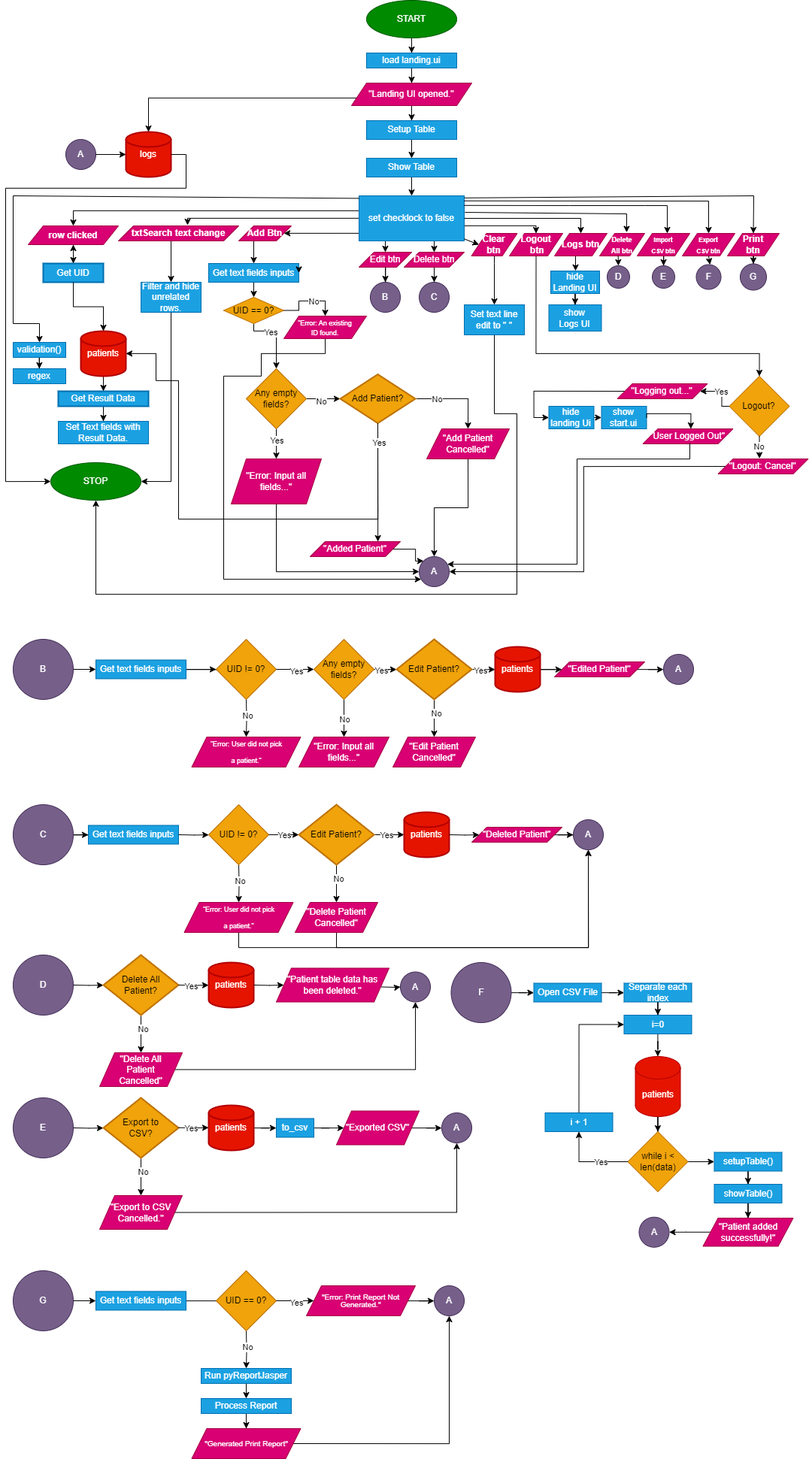
JiheoneyBaek/clinical_health_record_app_project keeps this draw.io diagram as flowchart/dashboard.png. Above is the earlier version. Source tidied: cells renumbered, new cells last; positions are measured from the earlier drawing's top-left corner, leaving out a move shared by most shapes.
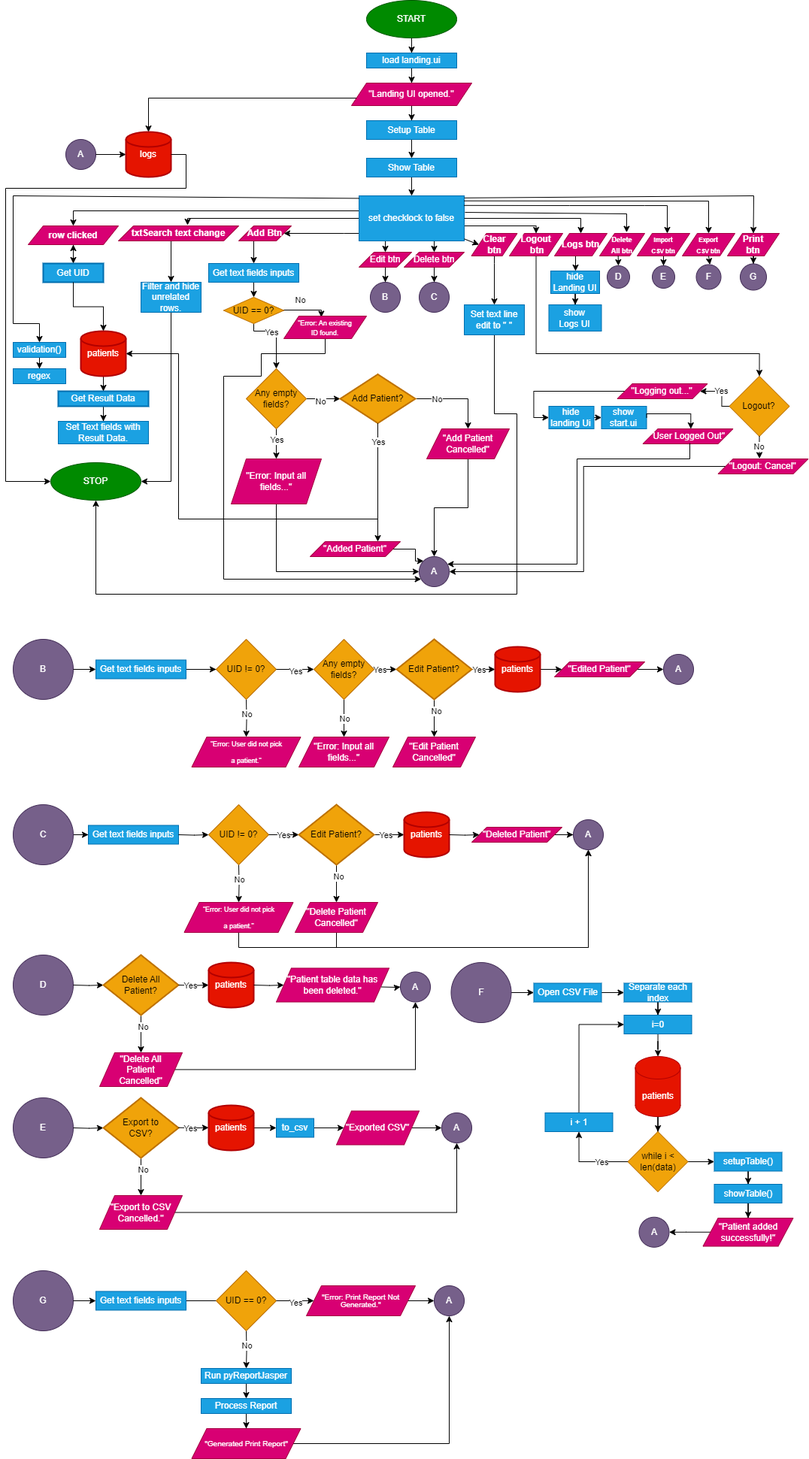
After the commit.

What changed in the source:
```diff
@@ -332,9 +332,6 @@
     <mxCell id="83" value="Get text fields inputs" style="rounded=0;whiteSpace=wrap;html=1;fillColor=#1ba1e2;fontColor=#ffffff;strokeColor=#006EAF;" parent="1" vertex="1">
       <mxGeometry x="270" y="350" width="120" height="25" as="geometry" />
     </mxCell>
-    <mxCell id="84" style="edgeStyle=orthogonalEdgeStyle;rounded=0;orthogonalLoop=1;jettySize=auto;html=1;exitX=1;exitY=0.25;exitDx=0;exitDy=0;entryX=1;entryY=0.5;entryDx=0;entryDy=0;" parent="1" edge="1" source="83" target="83">
-      <mxGeometry relative="1" as="geometry" />
-    </mxCell>
     <mxCell id="85" style="edgeStyle=orthogonalEdgeStyle;rounded=0;jettySize=auto;html=1;" parent="1" edge="1" source="89" target="91">
       <mxGeometry relative="1" as="geometry" />
     </mxCell>
@@ -382,9 +379,7 @@
         <Array as="points">
           <mxPoint x="495" y="690" />
           <mxPoint x="230" y="690" />
-          <mxPoint x="230" y="506" />
-          <mxPoint x="200" y="506" />
-          <mxPoint x="200" y="470" />
+          <mxPoint x="230" y="470" />
         </Array>
       </mxGeometry>
     </mxCell>
@@ -426,11 +421,21 @@
     <mxCell id="104" value="Yes" style="edgeLabel;html=1;align=center;verticalAlign=middle;" parent="103" vertex="1">
       <mxGeometry x="-0.27" y="-1" relative="1" as="geometry" />
     </mxCell>
-    <mxCell id="105" style="edgeStyle=orthogonalEdgeStyle;rounded=0;jettySize=auto;html=1;exitX=1;exitY=0.5;exitDx=0;exitDy=0;entryX=0.5;entryY=0;entryDx=0;entryDy=0;" parent="1" edge="1" source="107" target="109">
-      <mxGeometry relative="1" as="geometry" />
+    <mxCell id="105" style="edgeStyle=orthogonalEdgeStyle;rounded=0;orthogonalLoop=1;jettySize=auto;html=1;exitX=0.904;exitY=0.628;exitDx=0;exitDy=0;entryX=0.453;entryY=-0.017;entryDx=0;entryDy=0;entryPerimeter=0;exitPerimeter=0;" parent="1" edge="1">
+      <mxGeometry relative="1" as="geometry">
+        <mxPoint x="362.3" y="416" as="sourcePoint" />
+        <mxPoint x="419.8" y="421.5" as="targetPoint" />
+        <Array as="points">
+          <mxPoint x="350" y="416" />
+          <mxPoint x="350" y="412" />
+          <mxPoint x="420" y="412" />
+        </Array>
+      </mxGeometry>
     </mxCell>
     <mxCell id="106" value="No" style="edgeLabel;html=1;align=center;verticalAlign=middle;" parent="105" vertex="1">
-      <mxGeometry x="0.14" relative="1" as="geometry" />
+      <mxGeometry x="0.14" relative="1" as="geometry">
+        <mxPoint x="3" y="-14" as="offset" />
+      </mxGeometry>
     </mxCell>
     <mxCell id="107" value="UID == 0?" style="rhombus;whiteSpace=wrap;html=1;fillColor=#f0a30a;fontColor=#000000;strokeColor=#BD7000;" parent="1" vertex="1">
       <mxGeometry x="290" y="395" width="80" height="35" as="geometry" />
```
